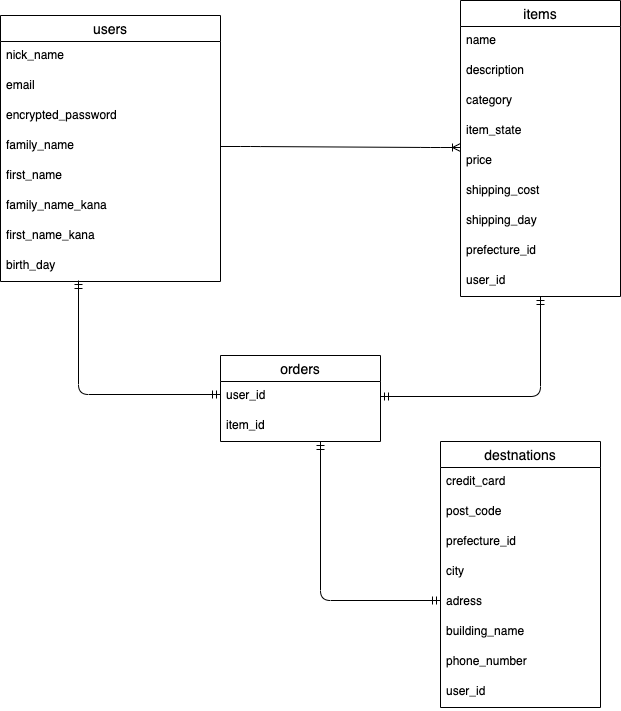
Earlier version of the draw.io export ERD.png (sochi0720/furima-33467). Source tidied: cells renumbered, new cells last; positions are measured from the earlier drawing's top-left corner, leaving out a move shared by most shapes.
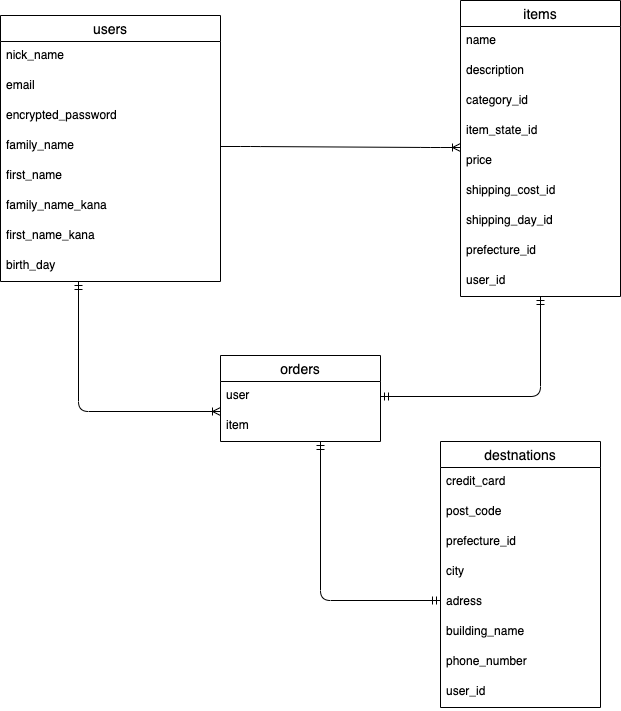
After the change.

The edit, as a diff of the source:
```diff
@@ -11,19 +11,19 @@
     <mxCell id="4" value="description" style="text;strokeColor=none;fillColor=none;spacingLeft=4;spacingRight=4;overflow=hidden;fontSize=12;" parent="2" vertex="1">
       <mxGeometry y="56" width="160" height="30" as="geometry" />
     </mxCell>
-    <mxCell id="5" value="category" style="text;strokeColor=none;fillColor=none;spacingLeft=4;spacingRight=4;overflow=hidden;fontSize=12;" parent="2" vertex="1">
+    <mxCell id="5" value="category_id" style="text;strokeColor=none;fillColor=none;spacingLeft=4;spacingRight=4;overflow=hidden;fontSize=12;" parent="2" vertex="1">
       <mxGeometry y="86" width="160" height="30" as="geometry" />
     </mxCell>
-    <mxCell id="6" value="item_state" style="text;strokeColor=none;fillColor=none;spacingLeft=4;spacingRight=4;overflow=hidden;fontSize=12;" parent="2" vertex="1">
+    <mxCell id="6" value="item_state_id" style="text;strokeColor=none;fillColor=none;spacingLeft=4;spacingRight=4;overflow=hidden;fontSize=12;" parent="2" vertex="1">
       <mxGeometry y="116" width="160" height="30" as="geometry" />
     </mxCell>
     <mxCell id="7" value="price" style="text;strokeColor=none;fillColor=none;spacingLeft=4;spacingRight=4;overflow=hidden;fontSize=12;" parent="2" vertex="1">
       <mxGeometry y="146" width="160" height="30" as="geometry" />
     </mxCell>
-    <mxCell id="8" value="shipping_cost" style="text;strokeColor=none;fillColor=none;spacingLeft=4;spacingRight=4;overflow=hidden;fontSize=12;" parent="2" vertex="1">
+    <mxCell id="8" value="shipping_cost_id" style="text;strokeColor=none;fillColor=none;spacingLeft=4;spacingRight=4;overflow=hidden;fontSize=12;" parent="2" vertex="1">
       <mxGeometry y="176" width="160" height="30" as="geometry" />
     </mxCell>
-    <mxCell id="9" value="shipping_day" style="text;strokeColor=none;fillColor=none;spacingLeft=4;spacingRight=4;overflow=hidden;fontSize=12;" parent="2" vertex="1">
+    <mxCell id="9" value="shipping_day_id" style="text;strokeColor=none;fillColor=none;spacingLeft=4;spacingRight=4;overflow=hidden;fontSize=12;" parent="2" vertex="1">
       <mxGeometry y="206" width="160" height="30" as="geometry" />
     </mxCell>
     <mxCell id="10" value="prefecture_id" style="text;strokeColor=none;fillColor=none;spacingLeft=4;spacingRight=4;overflow=hidden;fontSize=12;" parent="2" vertex="1">
@@ -86,6 +86,15 @@
     <mxCell id="29" value="birth_day" style="text;strokeColor=none;fillColor=none;spacingLeft=4;spacingRight=4;overflow=hidden;fontSize=12;" parent="21" vertex="1">
       <mxGeometry y="236" width="220" height="30" as="geometry" />
     </mxCell>
+    <mxCell id="37" style="fontSize=12;html=1;endArrow=ERoneToMany;startArrow=ERmandOne;edgeStyle=orthogonalEdgeStyle;" parent="21" edge="1">
+      <mxGeometry relative="1" as="geometry">
+        <mxPoint x="78" y="266" as="sourcePoint" />
+        <mxPoint x="220" y="396" as="targetPoint" />
+        <Array as="points">
+          <mxPoint x="78" y="396" />
+        </Array>
+      </mxGeometry>
+    </mxCell>
     <mxCell id="30" style="edgeStyle=entityRelationEdgeStyle;fontSize=12;html=1;endArrow=ERoneToMany;exitX=1;exitY=0.5;exitDx=0;exitDy=0;" parent="1" edge="1" source="25">
       <mxGeometry relative="1" as="geometry">
         <mxPoint x="460" y="147" as="targetPoint" />
@@ -94,18 +103,12 @@
     <mxCell id="31" value="orders" style="swimlane;fontStyle=0;horizontal=1;startSize=26;align=center;fontSize=14;" parent="1" vertex="1">
       <mxGeometry x="220" y="355" width="160" height="86" as="geometry" />
     </mxCell>
-    <mxCell id="32" value="user_id" style="text;strokeColor=none;fillColor=none;spacingLeft=4;spacingRight=4;overflow=hidden;fontSize=12;" parent="31" vertex="1">
+    <mxCell id="32" value="user" style="text;strokeColor=none;fillColor=none;spacingLeft=4;spacingRight=4;overflow=hidden;fontSize=12;" parent="31" vertex="1">
       <mxGeometry y="26" width="160" height="30" as="geometry" />
     </mxCell>
-    <mxCell id="33" value="item_id" style="text;strokeColor=none;fillColor=none;spacingLeft=4;spacingRight=4;overflow=hidden;fontSize=12;" parent="31" vertex="1">
+    <mxCell id="33" value="item" style="text;strokeColor=none;fillColor=none;spacingLeft=4;spacingRight=4;overflow=hidden;fontSize=12;" parent="31" vertex="1">
       <mxGeometry y="56" width="160" height="30" as="geometry" />
     </mxCell>
-    <mxCell id="34" style="edgeStyle=orthogonalEdgeStyle;fontSize=12;html=1;endArrow=ERmandOne;startArrow=ERmandOne;" parent="1" edge="1">
-      <mxGeometry relative="1" as="geometry">
-        <mxPoint x="220" y="394" as="sourcePoint" />
-        <mxPoint x="78" y="280" as="targetPoint" />
-      </mxGeometry>
-    </mxCell>
     <mxCell id="35" style="edgeStyle=orthogonalEdgeStyle;fontSize=12;html=1;endArrow=ERmandOne;startArrow=ERmandOne;" parent="1" edge="1">
       <mxGeometry relative="1" as="geometry">
         <mxPoint x="380" y="396" as="sourcePoint" />
```
